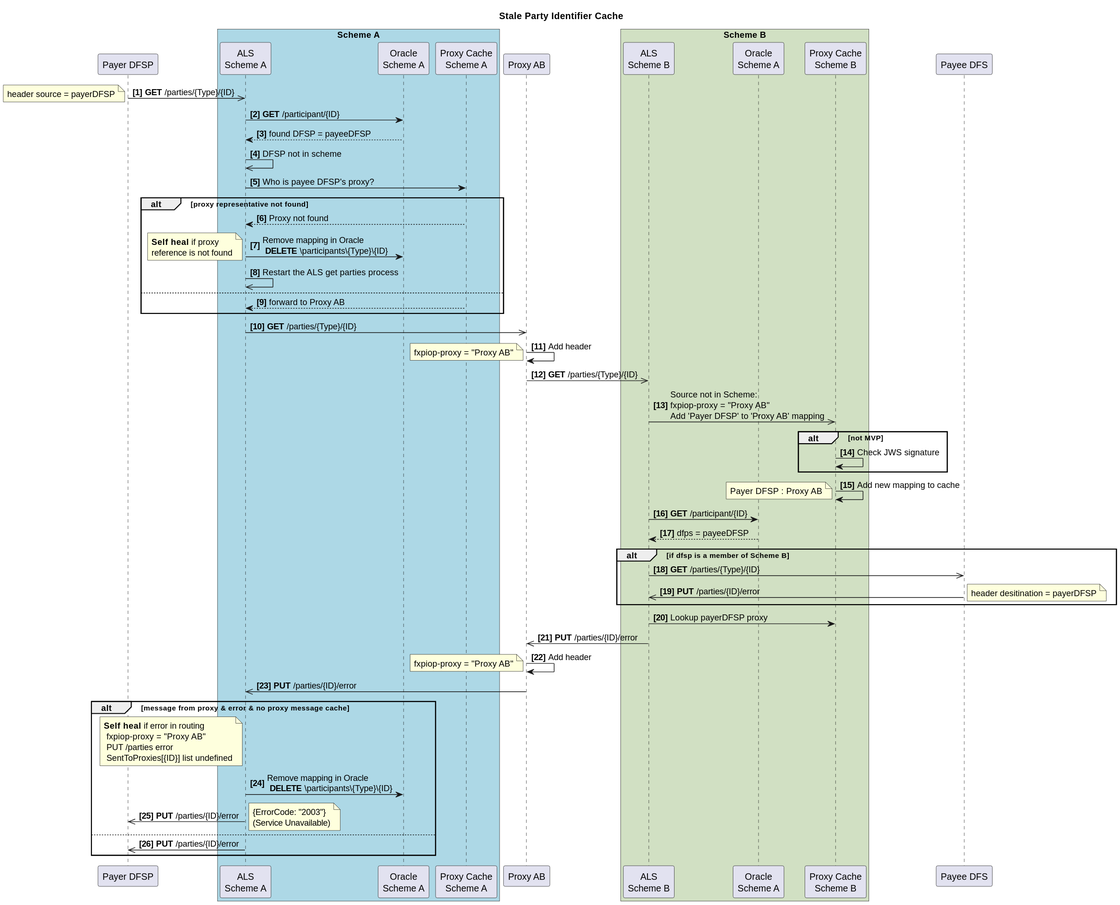
This is docs/fr/product/features/Interscheme/Interscheme-StalePartyIdentifierCache.svg from mojaloop/documentation, a PlantUML export, as it was before one commit. Its source is kept beside it as docs/fr/product/features/Interscheme/Interscheme-StalePartyIdentifierCache.plantuml. Its diagram source:
```plantuml
@startuml Interscheme-StalePartyIdentifierCache

title Stale Party Identifier Cache

participant "Payer DFSP" as payerDFSP
box "Scheme A" #LightBlue
    participant "ALS\nScheme A" as ALS_A
    participant "Oracle\nScheme A" as Oracle_A
    participant "Proxy Cache\nScheme A" as pc_A
end box
participant "Proxy AB" as xnp
box "Scheme B" #d1e0c3
    participant "ALS\nScheme B" as ALS_B
    participant "Oracle\nScheme A" as Oracle_B
    participant "Proxy Cache\nScheme B" as pc_B
end box
participant "Payee DFS" as payeeDFSP

autonumber 1 "<b>[0]"

payerDFSP ->> ALS_A: **GET** /parties/{Type}/{ID}
note left
 header source = payerDFSP
end note

  ALS_A-> Oracle_A: **GET** /participant/{ID}
  Oracle_A--> ALS_A: found DFSP = payeeDFSP
  ALS_A ->> ALS_A: DFSP not in scheme
  ALS_A -> pc_A: Who is payee DFSP's proxy?
  alt proxy representative not found
  pc_A --> ALS_A: Proxy not found
  ALS_A -> Oracle_A: Remove mapping in Oracle\n **DELETE** \participants\{Type}\{ID}
  note left
  **Self heal** if proxy
  reference is not found
  end note
  ALS_A ->> ALS_A: Restart the ALS get parties process
  else
  pc_A --> ALS_A: forward to Proxy AB
  end

  ALS_A ->> xnp: **GET** /parties/{Type}/{ID}
    xnp->xnp: Add header
    note left
    fxpiop-proxy = "Proxy AB"
    end note

  xnp ->> ALS_B: **GET** /parties/{Type}/{ID}
  ALS_B ->> pc_B: Source not in Scheme: \nfxpiop-proxy = "Proxy AB"\nAdd 'Payer DFSP' to 'Proxy AB' mapping
alt not MVP
  pc_B -> pc_B: Check JWS signature
end
  pc_B -> pc_B: Add new mapping to cache
note left
Payer DFSP : Proxy AB
end note
ALS_B-> Oracle_B: **GET** /participant/{ID}
  Oracle_B--> ALS_B: dfps = payeeDFSP
 alt if dfsp is a member of Scheme B
  ALS_B ->> payeeDFSP: **GET** /parties/{Type}/{ID}
  payeeDFSP ->> ALS_B: **PUT** /parties/{ID}/error
  note right
   header desitination = payerDFSP
  end note
  end
  ALS_B -> pc_B: Lookup payerDFSP proxy
  ALS_B ->> xnp: **PUT** /parties/{ID}/error
  xnp->xnp: Add header
    note left
    fxpiop-proxy = "Proxy AB"
    end note
  xnp ->> ALS_A: **PUT** /parties/{ID}/error
  alt message from proxy & error & no proxy message cache
  note left ALS_A
   **Self heal** if error in routing
    fxpiop-proxy = "Proxy AB"
    PUT /parties error
    SentToProxies[{ID}] list undefined
  end note
  ALS_A -> Oracle_A: Remove mapping in Oracle\n **DELETE** \participants\{Type}\{ID}
  ALS_A ->> payerDFSP: **PUT** /parties/{ID}/error
  note right
  {ErrorCode: "2003"}
  (Service Unavailable)
  end note
  else
  ALS_A->>payerDFSP: **PUT** /parties/{ID}/error
end

@enduml
```
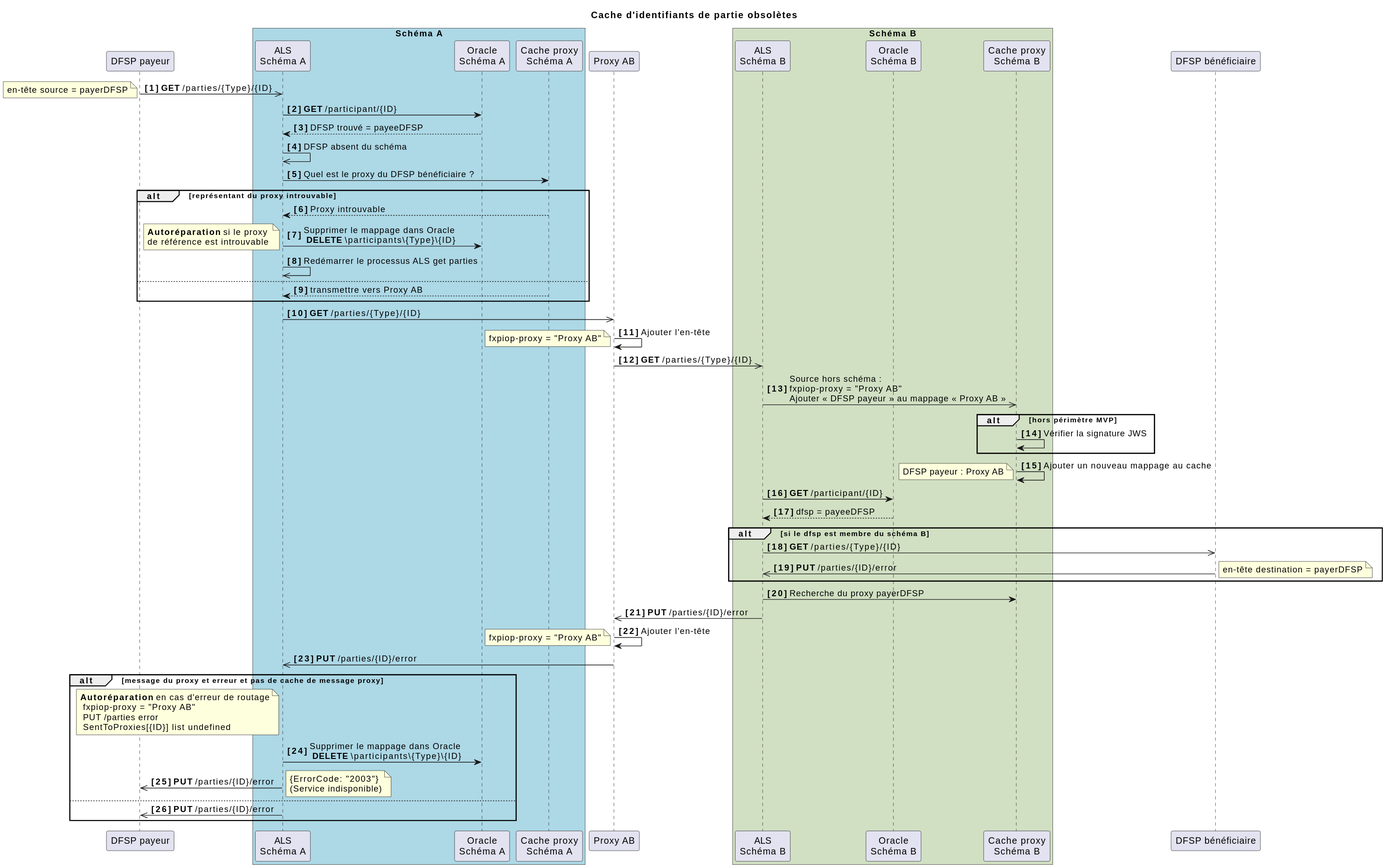
Later version of the same file.

Change to the diagram source:
```diff
@@ -1,87 +1,87 @@
 @startuml Interscheme-StalePartyIdentifierCache
 
-title Stale Party Identifier Cache
+title Cache d'identifiants de partie obsolètes
 
-participant "Payer DFSP" as payerDFSP
-box "Scheme A" #LightBlue
-    participant "ALS\nScheme A" as ALS_A
-    participant "Oracle\nScheme A" as Oracle_A
-    participant "Proxy Cache\nScheme A" as pc_A
+participant "DFSP payeur" as payerDFSP
+box "Schéma A" #LightBlue
+    participant "ALS\nSchéma A" as ALS_A
+    participant "Oracle\nSchéma A" as Oracle_A
+    participant "Cache proxy\nSchéma A" as pc_A
 end box
 participant "Proxy AB" as xnp
-box "Scheme B" #d1e0c3
-    participant "ALS\nScheme B" as ALS_B
-    participant "Oracle\nScheme A" as Oracle_B
-    participant "Proxy Cache\nScheme B" as pc_B
+box "Schéma B" #d1e0c3
+    participant "ALS\nSchéma B" as ALS_B
+    participant "Oracle\nSchéma B" as Oracle_B
+    participant "Cache proxy\nSchéma B" as pc_B
 end box
-participant "Payee DFS" as payeeDFSP
+participant "DFSP bénéficiaire" as payeeDFSP
 
 autonumber 1 "<b>[0]"
 
 payerDFSP ->> ALS_A: **GET** /parties/{Type}/{ID}
 note left
- header source = payerDFSP
+ en-tête source = payerDFSP
 end note
 
   ALS_A-> Oracle_A: **GET** /participant/{ID}
-  Oracle_A--> ALS_A: found DFSP = payeeDFSP
-  ALS_A ->> ALS_A: DFSP not in scheme
-  ALS_A -> pc_A: Who is payee DFSP's proxy?
-  alt proxy representative not found
-  pc_A --> ALS_A: Proxy not found
-  ALS_A -> Oracle_A: Remove mapping in Oracle\n **DELETE** \participants\{Type}\{ID}
+  Oracle_A--> ALS_A: DFSP trouvé = payeeDFSP
+  ALS_A ->> ALS_A: DFSP absent du schéma
+  ALS_A -> pc_A: Quel est le proxy du DFSP bénéficiaire ?
+  alt représentant du proxy introuvable
+  pc_A --> ALS_A: Proxy introuvable
+  ALS_A -> Oracle_A: Supprimer le mappage dans Oracle\n **DELETE** \participants\{Type}\{ID}
   note left
-  **Self heal** if proxy
-  reference is not found
+  **Autoréparation** si le proxy
+  de référence est introuvable
   end note
-  ALS_A ->> ALS_A: Restart the ALS get parties process
+  ALS_A ->> ALS_A: Redémarrer le processus ALS get parties
   else
-  pc_A --> ALS_A: forward to Proxy AB
+  pc_A --> ALS_A: transmettre vers Proxy AB
   end
 
   ALS_A ->> xnp: **GET** /parties/{Type}/{ID}
-    xnp->xnp: Add header
+    xnp->xnp: Ajouter l'en-tête
     note left
     fxpiop-proxy = "Proxy AB"
     end note
 
   xnp ->> ALS_B: **GET** /parties/{Type}/{ID}
-  ALS_B ->> pc_B: Source not in Scheme: \nfxpiop-proxy = "Proxy AB"\nAdd 'Payer DFSP' to 'Proxy AB' mapping
-alt not MVP
-  pc_B -> pc_B: Check JWS signature
+  ALS_B ->> pc_B: Source hors schéma : \nfxpiop-proxy = "Proxy AB"\nAjouter « DFSP payeur » au mappage « Proxy AB »
+alt hors périmètre MVP
+  pc_B -> pc_B: Vérifier la signature JWS
 end
-  pc_B -> pc_B: Add new mapping to cache
+  pc_B -> pc_B: Ajouter un nouveau mappage au cache
 note left
-Payer DFSP : Proxy AB
+DFSP payeur : Proxy AB
 end note
 ALS_B-> Oracle_B: **GET** /participant/{ID}
-  Oracle_B--> ALS_B: dfps = payeeDFSP
- alt if dfsp is a member of Scheme B
+  Oracle_B--> ALS_B: dfsp = payeeDFSP
+ alt si le dfsp est membre du schéma B
   ALS_B ->> payeeDFSP: **GET** /parties/{Type}/{ID}
   payeeDFSP ->> ALS_B: **PUT** /parties/{ID}/error
   note right
-   header desitination = payerDFSP
+   en-tête destination = payerDFSP
   end note
   end
-  ALS_B -> pc_B: Lookup payerDFSP proxy
+  ALS_B -> pc_B: Recherche du proxy payerDFSP
   ALS_B ->> xnp: **PUT** /parties/{ID}/error
-  xnp->xnp: Add header
+  xnp->xnp: Ajouter l'en-tête
     note left
     fxpiop-proxy = "Proxy AB"
     end note
   xnp ->> ALS_A: **PUT** /parties/{ID}/error
-  alt message from proxy & error & no proxy message cache
+  alt message du proxy et erreur et pas de cache de message proxy
   note left ALS_A
-   **Self heal** if error in routing
+   **Autoréparation** en cas d'erreur de routage
     fxpiop-proxy = "Proxy AB"
     PUT /parties error
     SentToProxies[{ID}] list undefined
   end note
-  ALS_A -> Oracle_A: Remove mapping in Oracle\n **DELETE** \participants\{Type}\{ID}
+  ALS_A -> Oracle_A: Supprimer le mappage dans Oracle\n **DELETE** \participants\{Type}\{ID}
   ALS_A ->> payerDFSP: **PUT** /parties/{ID}/error
   note right
   {ErrorCode: "2003"}
-  (Service Unavailable)
+  (Service indisponible)
   end note
   else
   ALS_A->>payerDFSP: **PUT** /parties/{ID}/error
```
